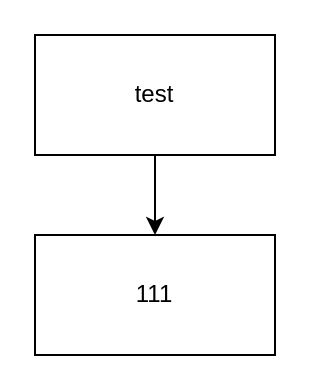
This is 未命名绘图.drawio from xyzgithome/algorithm, a draw.io file, before an edit. Source tidied: cells renumbered, new cells numbered last; positions are measured from the earlier drawing's top-left corner, leaving out a move shared by most shapes. Both pictures are drawn from the tidied source at 200%, with x=0, y=0 at pixel (34, 34).
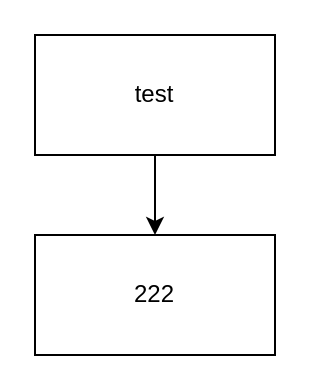
The same diagram, later.

Commit message (it also covers changes not shown here):
更新未命名绘图.drawio

Change to the diagram source:
```diff
@@
 <mxGraphModel>
   <root>
     <mxCell id="0" />
     <mxCell id="1" parent="0" />
     <mxCell id="2" style="edgeStyle=orthogonalEdgeStyle;rounded=0;jettySize=auto;html=1;" parent="1" edge="1" source="3" target="4">
       <mxGeometry relative="1" as="geometry" />
     </mxCell>
     <mxCell id="3" value="test" style="rounded=0;whiteSpace=wrap;html=1;" parent="1" vertex="1">
       <mxGeometry width="120" height="60" as="geometry" />
     </mxCell>
-    <mxCell id="4" value="111" style="rounded=0;whiteSpace=wrap;html=1;" parent="1" vertex="1">
+    <mxCell id="4" value="222" style="rounded=0;whiteSpace=wrap;html=1;" parent="1" vertex="1">
       <mxGeometry y="100" width="120" height="60" as="geometry" />
     </mxCell>
   </root>
 </mxGraphModel>
```
